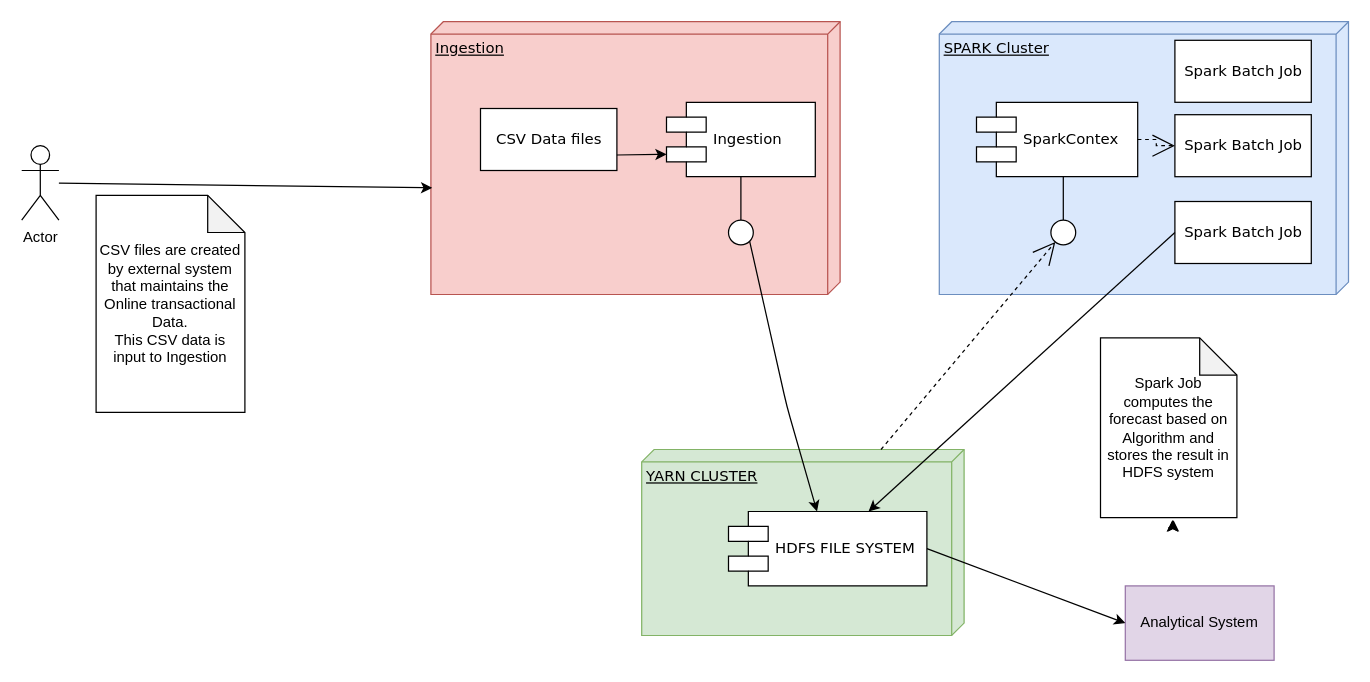
Above: architecture_diagram/HLD.drawio in baratamramprasad/fastfoodchain (draw.io), before the change. Source tidied: cells renumbered, new cells numbered last; positions are measured from the earlier drawing's top-left corner, leaving out a move shared by most shapes. Both pictures are drawn from the tidied source at 124%, with x=0, y=0 at pixel (21, 21).
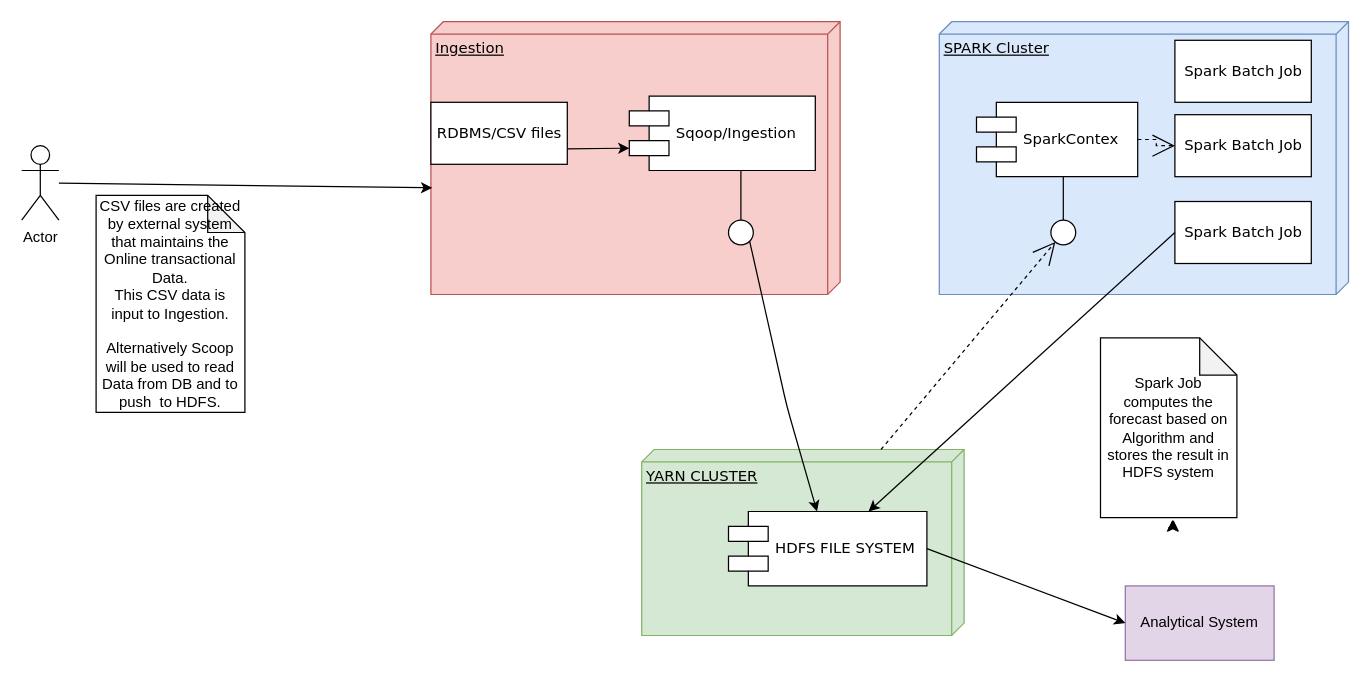
The same page after the edit.

Diff of the diagram source:
```diff
@@
-    <mxCell id="5" value="CSV Data files" style="html=1;rounded=0;shadow=0;comic=0;labelBackgroundColor=none;strokeWidth=1;fontFamily=Verdana;fontSize=12;align=center;" parent="1" vertex="1">
-      <mxGeometry x="370" y="70" width="110" height="50" as="geometry" />
+    <mxCell id="5" value="RDBMS/CSV files" style="html=1;rounded=0;shadow=0;comic=0;labelBackgroundColor=none;strokeWidth=1;fontFamily=Verdana;fontSize=12;align=center;" parent="1" vertex="1">
+      <mxGeometry x="330" y="65" width="110" height="50" as="geometry" />
     </mxCell>
-    <mxCell id="6" value="Ingestion" style="shape=component;align=left;spacingLeft=36;rounded=0;shadow=0;comic=0;labelBackgroundColor=none;strokeWidth=1;fontFamily=Verdana;fontSize=12;html=1;" parent="1" vertex="1">
-      <mxGeometry x="520" y="65" width="120" height="60" as="geometry" />
+    <mxCell id="6" value="Sqoop/Ingestion" style="shape=component;align=left;spacingLeft=36;rounded=0;shadow=0;comic=0;labelBackgroundColor=none;strokeWidth=1;fontFamily=Verdana;fontSize=12;html=1;" parent="1" vertex="1">
+      <mxGeometry x="490" y="60" width="150" height="60" as="geometry" />
     </mxCell>
@@
-    <mxCell id="25" value="CSV files are created by external system that maintains the Online transactional Data.&lt;br&gt;This CSV data is input to Ingestion" style="shape=note;whiteSpace=wrap;html=1;backgroundOutline=1;darkOpacity=0.05;" parent="1" vertex="1">
+    <mxCell id="25" value="CSV files are created by external system that maintains the Online transactional Data.&lt;br&gt;This CSV data is input to Ingestion.&lt;br&gt;&lt;br&gt;Alternatively Scoop will be used to read Data from DB and to push&amp;nbsp; to HDFS." style="shape=note;whiteSpace=wrap;html=1;backgroundOutline=1;darkOpacity=0.05;" parent="1" vertex="1">
       <mxGeometry x="60" y="140" width="120" height="175" as="geometry" />
     </mxCell>
```
